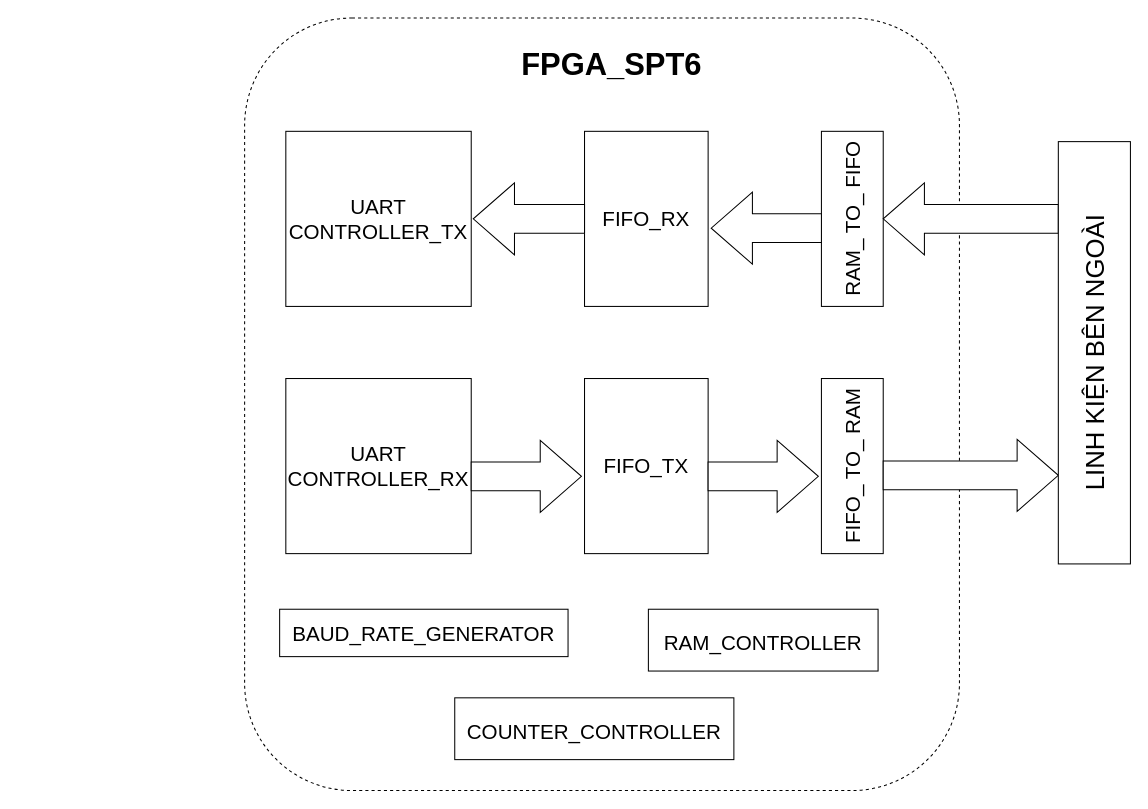
Before: page "FPGA-SPT6" (3 of 3) of Block diagram/Hardware/Sơ đồ các khối phần cứng.drawio in Bui-Diep/FPGA_TOPIC, a draw.io diagram. Source tidied: cells renumbered, new cells numbered last; positions are measured from the earlier drawing's top-left corner, leaving out a move shared by most shapes. Both pictures are drawn from the tidied source at 103%, with x=0, y=0 at pixel (244, 18).
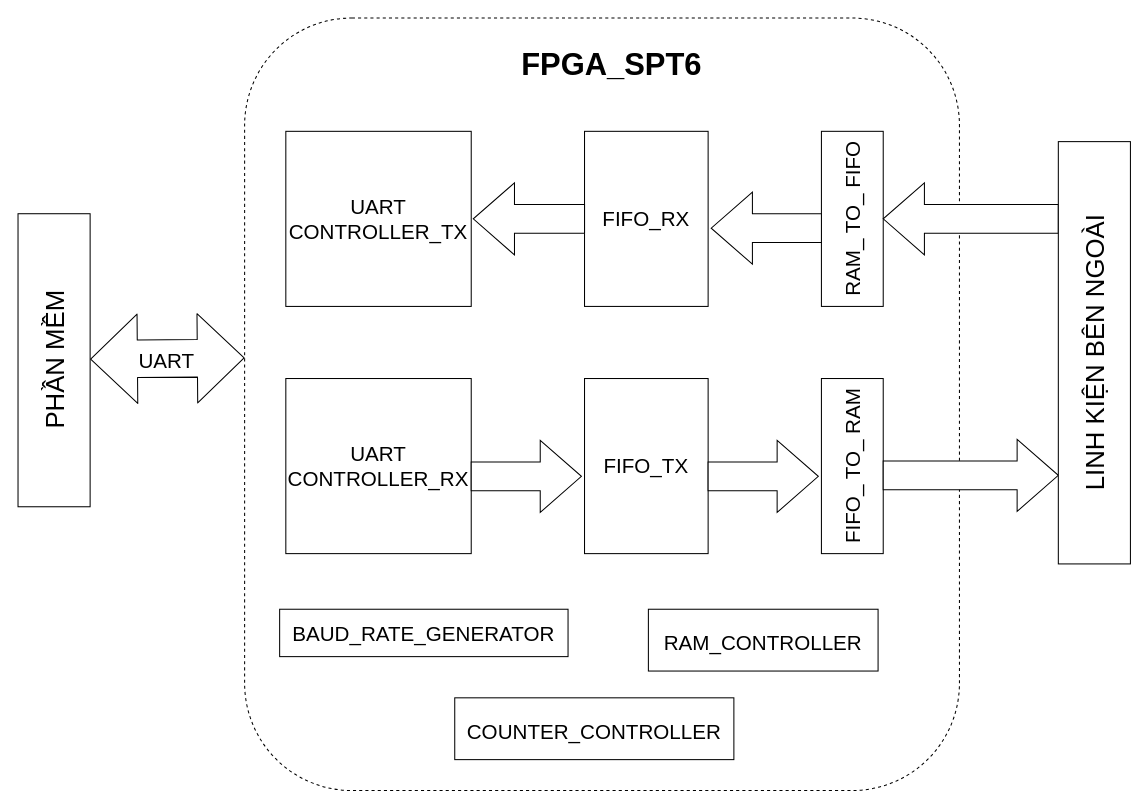
The same diagram, later.

The change refers to these unchanged cells:
```xml
<mxCell id="2" style="rounded=1;whiteSpace=wrap;html=1;fontSize=20;fillColor=none;dashed=1;" parent="1" vertex="1">
  <mxGeometry width="694" height="750" as="geometry" />
</mxCell>
```

Diff of the diagram source:
```diff
@@
+    <mxCell id="20" value="&lt;span style=&quot;font-size: 25px;&quot;&gt;PHẦN MỀM&lt;br&gt;&lt;/span&gt;" style="rounded=0;whiteSpace=wrap;html=1;fontSize=20;horizontal=0;" parent="1" vertex="1">
+      <mxGeometry x="-220" y="190" width="70" height="284.5" as="geometry" />
+    </mxCell>
+    <mxCell id="21" style="shape=flexArrow;endArrow=classic;startArrow=classic;html=1;entryX=0;entryY=0.44;entryDx=0;entryDy=0;entryPerimeter=0;width=36.52173913043479;startSize=14.8;endSize=14.8;endWidth=49.11153119092627;startWidth=49.11153119092627;" parent="1" edge="1" target="2">
+      <mxGeometry relative="1" as="geometry">
+        <mxPoint x="-150" y="331.2" as="sourcePoint" />
+      </mxGeometry>
+    </mxCell>
+    <mxCell id="22" value="&lt;font style=&quot;font-size: 20px;&quot;&gt;UART&lt;/font&gt;" style="text;html=1;align=center;verticalAlign=middle;strokeColor=none;fillColor=none;" parent="1" vertex="1">
+      <mxGeometry x="-112" y="314" width="72" height="36" as="geometry" />
+    </mxCell>
```
